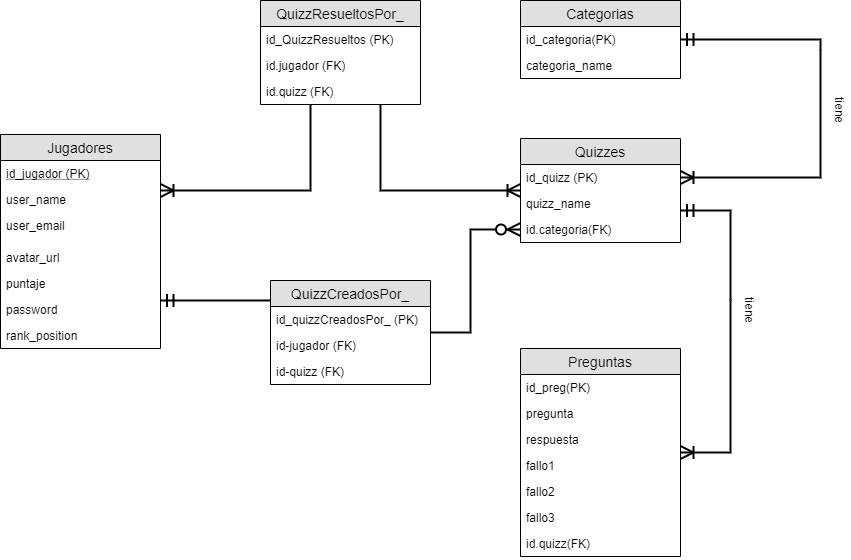
The draw.io diagram piensa-sapienDER.png in Salvadroid/TIDHG9, before a commit. Source tidied: cells renumbered, new cells last; positions are measured from the earlier drawing's top-left corner, leaving out a move shared by most shapes. The source it was exported from:
```xml
<mxGraphModel>
  <root>
    <mxCell id="0" />
    <mxCell id="1" parent="0" />
    <mxCell id="2" style="edgeStyle=orthogonalEdgeStyle;rounded=0;jettySize=auto;html=1;startArrow=ERoneToMany;startFill=0;strokeWidth=2;endArrow=none;endFill=0;endSize=10;startSize=10;" parent="1" edge="1" source="3" target="33">
      <mxGeometry relative="1" as="geometry">
        <Array as="points">
          <mxPoint x="310" y="190" />
        </Array>
      </mxGeometry>
    </mxCell>
    <mxCell id="3" value="Jugadores" style="swimlane;fontStyle=0;horizontal=1;startSize=26;fillColor=#e0e0e0;swimlaneFillColor=#ffffff;align=center;fontSize=14;fontColor=#000000;" parent="1" vertex="1">
      <mxGeometry y="134" width="160" height="214" as="geometry" />
    </mxCell>
    <mxCell id="4" value="id_jugador (PK)" style="text;strokeColor=none;fillColor=none;spacingLeft=4;spacingRight=4;overflow=hidden;fontSize=12;fontStyle=4;fontColor=#000000;" parent="3" vertex="1">
      <mxGeometry y="26" width="160" height="26" as="geometry" />
    </mxCell>
    <mxCell id="5" value="user_name" style="text;strokeColor=none;fillColor=none;spacingLeft=4;spacingRight=4;overflow=hidden;fontSize=12;fontColor=#000000;" parent="3" vertex="1">
      <mxGeometry y="52" width="160" height="26" as="geometry" />
    </mxCell>
    <mxCell id="6" value="user_email&#10;&#10;" style="text;strokeColor=none;fillColor=none;spacingLeft=4;spacingRight=4;overflow=hidden;fontSize=12;fontColor=#000000;" parent="3" vertex="1">
      <mxGeometry y="78" width="160" height="32" as="geometry" />
    </mxCell>
    <mxCell id="7" value="avatar_url" style="text;strokeColor=none;fillColor=none;spacingLeft=4;spacingRight=4;overflow=hidden;fontSize=12;fontColor=#000000;" parent="3" vertex="1">
      <mxGeometry y="110" width="160" height="26" as="geometry" />
    </mxCell>
    <mxCell id="8" value="puntaje" style="text;strokeColor=none;fillColor=none;spacingLeft=4;spacingRight=4;overflow=hidden;fontSize=12;fontColor=#000000;" parent="3" vertex="1">
      <mxGeometry y="136" width="160" height="26" as="geometry" />
    </mxCell>
    <mxCell id="9" value="password" style="text;strokeColor=none;fillColor=none;spacingLeft=4;spacingRight=4;overflow=hidden;fontSize=12;fontColor=#000000;" parent="3" vertex="1">
      <mxGeometry y="162" width="160" height="26" as="geometry" />
    </mxCell>
    <mxCell id="10" value="rank_position&#10;" style="text;strokeColor=none;fillColor=none;spacingLeft=4;spacingRight=4;overflow=hidden;fontSize=12;fontColor=#000000;" parent="3" vertex="1">
      <mxGeometry y="188" width="160" height="26" as="geometry" />
    </mxCell>
    <mxCell id="11" style="edgeStyle=orthogonalEdgeStyle;rounded=0;jettySize=auto;html=1;entryX=0.75;entryY=1;entryDx=0;entryDy=0;startArrow=ERoneToMany;startFill=0;endArrow=none;endFill=0;strokeWidth=2;fontColor=#000000;endSize=10;startSize=10;" parent="1" edge="1" source="13" target="33">
      <mxGeometry relative="1" as="geometry" />
    </mxCell>
    <mxCell id="12" style="edgeStyle=orthogonalEdgeStyle;rounded=0;jettySize=auto;html=1;startArrow=ERmandOne;startFill=0;endArrow=none;endFill=0;endSize=10;strokeWidth=2;fontColor=#000000;startSize=10;" parent="1" edge="1" source="13">
      <mxGeometry relative="1" as="geometry">
        <mxPoint x="730" y="300" as="targetPoint" />
        <Array as="points">
          <mxPoint x="730" y="210" />
        </Array>
      </mxGeometry>
    </mxCell>
    <mxCell id="13" value="Quizzes" style="swimlane;fontStyle=0;horizontal=1;startSize=26;fillColor=#e0e0e0;swimlaneFillColor=#ffffff;align=center;fontSize=14;fontColor=#000000;" parent="1" vertex="1">
      <mxGeometry x="520" y="138" width="160" height="104" as="geometry" />
    </mxCell>
    <mxCell id="14" value="id_quizz (PK)" style="text;strokeColor=none;fillColor=none;spacingLeft=4;spacingRight=4;overflow=hidden;points=[[0,0.5],[1,0.5]];portConstraint=eastwest;fontSize=12;fontColor=#000000;" parent="13" vertex="1">
      <mxGeometry y="26" width="160" height="26" as="geometry" />
    </mxCell>
    <mxCell id="15" value="quizz_name" style="text;strokeColor=none;fillColor=none;spacingLeft=4;spacingRight=4;overflow=hidden;fontSize=12;fontColor=#000000;" parent="13" vertex="1">
      <mxGeometry y="52" width="160" height="26" as="geometry" />
    </mxCell>
    <mxCell id="16" value="id.categoria(FK)" style="text;strokeColor=none;fillColor=none;spacingLeft=4;spacingRight=4;overflow=hidden;points=[[0,0.5],[1,0.5]];portConstraint=eastwest;fontSize=12;fontColor=#000000;" parent="13" vertex="1">
      <mxGeometry y="78" width="160" height="26" as="geometry" />
    </mxCell>
    <mxCell id="17" style="edgeStyle=orthogonalEdgeStyle;rounded=0;jettySize=auto;html=1;entryX=0;entryY=0.5;entryDx=0;entryDy=0;startArrow=none;startFill=0;endArrow=ERzeroToMany;endFill=1;strokeWidth=2;fontColor=#000000;endSize=10;" parent="1" edge="1" source="37" target="16">
      <mxGeometry relative="1" as="geometry">
        <Array as="points">
          <mxPoint x="470" y="332" />
          <mxPoint x="470" y="229" />
        </Array>
      </mxGeometry>
    </mxCell>
    <mxCell id="18" style="edgeStyle=orthogonalEdgeStyle;rounded=0;jettySize=auto;html=1;startArrow=ERmandOne;startFill=0;endArrow=none;endFill=0;strokeWidth=2;fontColor=#000000;endSize=10;startSize=10;" parent="1" edge="1" source="3" target="37">
      <mxGeometry relative="1" as="geometry">
        <Array as="points">
          <mxPoint x="230" y="300" />
          <mxPoint x="230" y="300" />
        </Array>
      </mxGeometry>
    </mxCell>
    <mxCell id="19" style="edgeStyle=orthogonalEdgeStyle;rounded=0;jettySize=auto;html=1;startArrow=ERoneToMany;startFill=0;endArrow=none;endFill=0;endSize=10;strokeWidth=2;fontColor=#000000;startSize=10;" parent="1" edge="1" source="20">
      <mxGeometry relative="1" as="geometry">
        <mxPoint x="730" y="300" as="targetPoint" />
        <Array as="points">
          <mxPoint x="730" y="452" />
          <mxPoint x="730" y="300" />
        </Array>
      </mxGeometry>
    </mxCell>
    <mxCell id="20" value="Preguntas" style="swimlane;fontStyle=0;horizontal=1;startSize=26;fillColor=#e0e0e0;swimlaneFillColor=#ffffff;align=center;fontSize=14;fontColor=#000000;" parent="1" vertex="1">
      <mxGeometry x="520" y="348" width="160" height="208" as="geometry" />
    </mxCell>
    <mxCell id="21" value="id_preg(PK)" style="text;strokeColor=none;fillColor=none;spacingLeft=4;spacingRight=4;overflow=hidden;fontSize=12;fontColor=#000000;" parent="20" vertex="1">
      <mxGeometry y="26" width="160" height="26" as="geometry" />
    </mxCell>
    <mxCell id="22" value="pregunta" style="text;strokeColor=none;fillColor=none;spacingLeft=4;spacingRight=4;overflow=hidden;fontSize=12;fontColor=#000000;" parent="20" vertex="1">
      <mxGeometry y="52" width="160" height="26" as="geometry" />
    </mxCell>
    <mxCell id="23" value="respuesta" style="text;strokeColor=none;fillColor=none;spacingLeft=4;spacingRight=4;overflow=hidden;fontSize=12;fontColor=#000000;" parent="20" vertex="1">
      <mxGeometry y="78" width="160" height="26" as="geometry" />
    </mxCell>
    <mxCell id="24" value="fallo1" style="text;strokeColor=none;fillColor=none;spacingLeft=4;spacingRight=4;overflow=hidden;fontSize=12;fontColor=#000000;" parent="20" vertex="1">
      <mxGeometry y="104" width="160" height="26" as="geometry" />
    </mxCell>
    <mxCell id="25" value="fallo2" style="text;strokeColor=none;fillColor=none;spacingLeft=4;spacingRight=4;overflow=hidden;fontSize=12;fontColor=#000000;" parent="20" vertex="1">
      <mxGeometry y="130" width="160" height="26" as="geometry" />
    </mxCell>
    <mxCell id="26" value="fallo3" style="text;strokeColor=none;fillColor=none;spacingLeft=4;spacingRight=4;overflow=hidden;fontSize=12;fontColor=#000000;" parent="20" vertex="1">
      <mxGeometry y="156" width="160" height="26" as="geometry" />
    </mxCell>
    <mxCell id="27" value="id.quizz(FK)" style="text;strokeColor=none;fillColor=none;spacingLeft=4;spacingRight=4;overflow=hidden;fontSize=12;fontColor=#000000;" parent="20" vertex="1">
      <mxGeometry y="182" width="160" height="26" as="geometry" />
    </mxCell>
    <mxCell id="28" value="Categorias" style="swimlane;fontStyle=0;horizontal=1;startSize=26;fillColor=#e0e0e0;swimlaneFillColor=#ffffff;align=center;fontSize=14;fontColor=#000000;" parent="1" vertex="1">
      <mxGeometry x="520" width="160" height="78" as="geometry" />
    </mxCell>
    <mxCell id="29" value="id_categoria(PK)" style="text;strokeColor=none;fillColor=none;spacingLeft=4;spacingRight=4;overflow=hidden;fontSize=12;fontColor=#000000;" parent="28" vertex="1">
      <mxGeometry y="26" width="160" height="26" as="geometry" />
    </mxCell>
    <mxCell id="30" value="categoria_name" style="text;strokeColor=none;fillColor=none;spacingLeft=4;spacingRight=4;overflow=hidden;fontSize=12;fontColor=#000000;" parent="28" vertex="1">
      <mxGeometry y="52" width="160" height="26" as="geometry" />
    </mxCell>
    <mxCell id="31" style="edgeStyle=orthogonalEdgeStyle;rounded=0;jettySize=auto;html=1;startArrow=none;startFill=0;endArrow=ERmandOne;endFill=0;endSize=10;strokeWidth=2;fontColor=#000000;" parent="1" edge="1" target="28">
      <mxGeometry relative="1" as="geometry">
        <mxPoint x="820" y="50" as="sourcePoint" />
        <Array as="points">
          <mxPoint x="820" y="39" />
        </Array>
      </mxGeometry>
    </mxCell>
    <mxCell id="32" style="edgeStyle=orthogonalEdgeStyle;rounded=0;jettySize=auto;html=1;startArrow=none;startFill=0;endArrow=ERoneToMany;endFill=0;endSize=10;strokeWidth=2;fontColor=#000000;startSize=10;" parent="1" edge="1" target="14">
      <mxGeometry relative="1" as="geometry">
        <mxPoint x="820" y="50" as="sourcePoint" />
        <Array as="points">
          <mxPoint x="820" y="50" />
          <mxPoint x="820" y="177" />
        </Array>
      </mxGeometry>
    </mxCell>
    <mxCell id="33" value="QuizzResueltosPor_" style="swimlane;fontStyle=0;horizontal=1;startSize=26;fillColor=#e0e0e0;swimlaneFillColor=#ffffff;align=center;fontSize=14;fontColor=#000000;" parent="1" vertex="1">
      <mxGeometry x="260" width="160" height="104" as="geometry" />
    </mxCell>
    <mxCell id="34" value="id_QuizzResueltos (PK)" style="text;strokeColor=none;fillColor=none;spacingLeft=4;spacingRight=4;overflow=hidden;fontSize=12;fontColor=#000000;" parent="33" vertex="1">
      <mxGeometry y="26" width="160" height="26" as="geometry" />
    </mxCell>
    <mxCell id="35" value="id.jugador (FK)" style="text;strokeColor=none;fillColor=none;spacingLeft=4;spacingRight=4;overflow=hidden;fontSize=12;fontColor=#000000;" parent="33" vertex="1">
      <mxGeometry y="52" width="160" height="26" as="geometry" />
    </mxCell>
    <mxCell id="36" value="id.quizz (FK)" style="text;strokeColor=none;fillColor=none;spacingLeft=4;spacingRight=4;overflow=hidden;fontSize=12;fontColor=#000000;" parent="33" vertex="1">
      <mxGeometry y="78" width="160" height="26" as="geometry" />
    </mxCell>
    <mxCell id="37" value="QuizzCreadosPor_" style="swimlane;fontStyle=0;horizontal=1;startSize=26;fillColor=#e0e0e0;swimlaneFillColor=#ffffff;align=center;fontSize=14;fontColor=#000000;" parent="1" vertex="1">
      <mxGeometry x="270" y="280" width="160" height="104" as="geometry" />
    </mxCell>
    <mxCell id="38" value="id_quizzCreadosPor_ (PK)" style="text;strokeColor=none;fillColor=none;spacingLeft=4;spacingRight=4;overflow=hidden;fontSize=12;fontColor=#000000;" parent="37" vertex="1">
      <mxGeometry y="26" width="160" height="26" as="geometry" />
    </mxCell>
    <mxCell id="39" value="id-jugador (FK)" style="text;strokeColor=none;fillColor=none;spacingLeft=4;spacingRight=4;overflow=hidden;fontSize=12;fontColor=#000000;" parent="37" vertex="1">
      <mxGeometry y="52" width="160" height="26" as="geometry" />
    </mxCell>
    <mxCell id="40" value="id-quizz (FK)" style="text;strokeColor=none;fillColor=none;spacingLeft=4;spacingRight=4;overflow=hidden;fontSize=12;fontColor=#000000;" parent="37" vertex="1">
      <mxGeometry y="78" width="160" height="26" as="geometry" />
    </mxCell>
    <mxCell id="41" value="tiene" style="text;html=1;strokeColor=none;fillColor=none;align=center;verticalAlign=middle;whiteSpace=wrap;rounded=0;rotation=90;" parent="1" vertex="1">
      <mxGeometry x="730" y="300" width="40" height="20" as="geometry" />
    </mxCell>
    <mxCell id="42" value="tiene" style="text;html=1;strokeColor=none;fillColor=none;align=center;verticalAlign=middle;whiteSpace=wrap;rounded=0;rotation=90;" parent="1" vertex="1">
      <mxGeometry x="820" y="100" width="40" height="20" as="geometry" />
    </mxCell>
  </root>
</mxGraphModel>
```
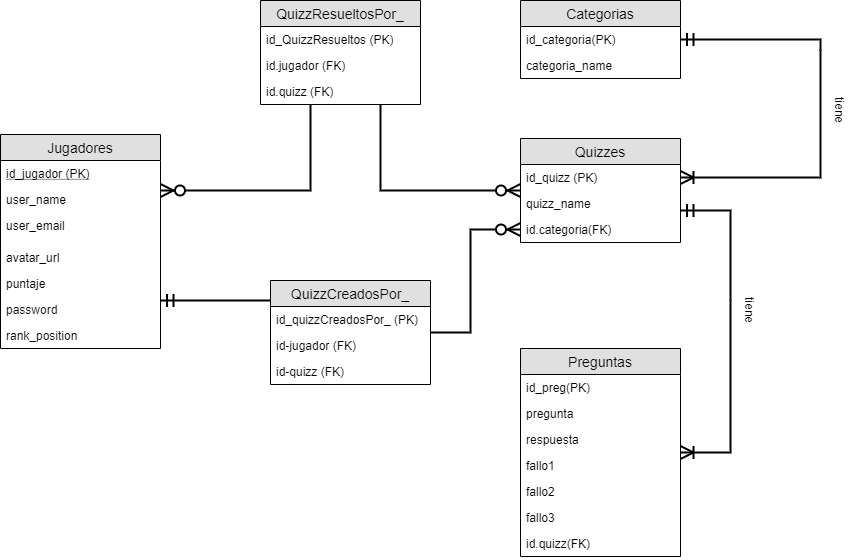
The same diagram one commit later.

Diff of the diagram source:
```diff
@@ -2,7 +2,7 @@
   <root>
     <mxCell id="0" />
     <mxCell id="1" parent="0" />
-    <mxCell id="2" style="edgeStyle=orthogonalEdgeStyle;rounded=0;jettySize=auto;html=1;startArrow=ERoneToMany;startFill=0;strokeWidth=2;endArrow=none;endFill=0;endSize=10;startSize=10;" parent="1" edge="1" source="3" target="33">
+    <mxCell id="2" style="edgeStyle=orthogonalEdgeStyle;rounded=0;jettySize=auto;html=1;startArrow=ERzeroToMany;startFill=1;strokeWidth=2;endArrow=none;endFill=0;endSize=10;startSize=10;" parent="1" edge="1" source="3" target="33">
       <mxGeometry relative="1" as="geometry">
         <Array as="points">
           <mxPoint x="310" y="190" />
@@ -33,7 +33,7 @@
     <mxCell id="10" value="rank_position&#10;" style="text;strokeColor=none;fillColor=none;spacingLeft=4;spacingRight=4;overflow=hidden;fontSize=12;fontColor=#000000;" parent="3" vertex="1">
       <mxGeometry y="188" width="160" height="26" as="geometry" />
     </mxCell>
-    <mxCell id="11" style="edgeStyle=orthogonalEdgeStyle;rounded=0;jettySize=auto;html=1;entryX=0.75;entryY=1;entryDx=0;entryDy=0;startArrow=ERoneToMany;startFill=0;endArrow=none;endFill=0;strokeWidth=2;fontColor=#000000;endSize=10;startSize=10;" parent="1" edge="1" source="13" target="33">
+    <mxCell id="11" style="edgeStyle=orthogonalEdgeStyle;rounded=0;jettySize=auto;html=1;entryX=0.75;entryY=1;entryDx=0;entryDy=0;startArrow=ERzeroToMany;startFill=1;endArrow=none;endFill=0;strokeWidth=2;fontColor=#000000;endSize=10;startSize=10;" parent="1" edge="1" source="13" target="33">
       <mxGeometry relative="1" as="geometry" />
     </mxCell>
     <mxCell id="12" style="edgeStyle=orthogonalEdgeStyle;rounded=0;jettySize=auto;html=1;startArrow=ERmandOne;startFill=0;endArrow=none;endFill=0;endSize=10;strokeWidth=2;fontColor=#000000;startSize=10;" parent="1" edge="1" source="13">
```
